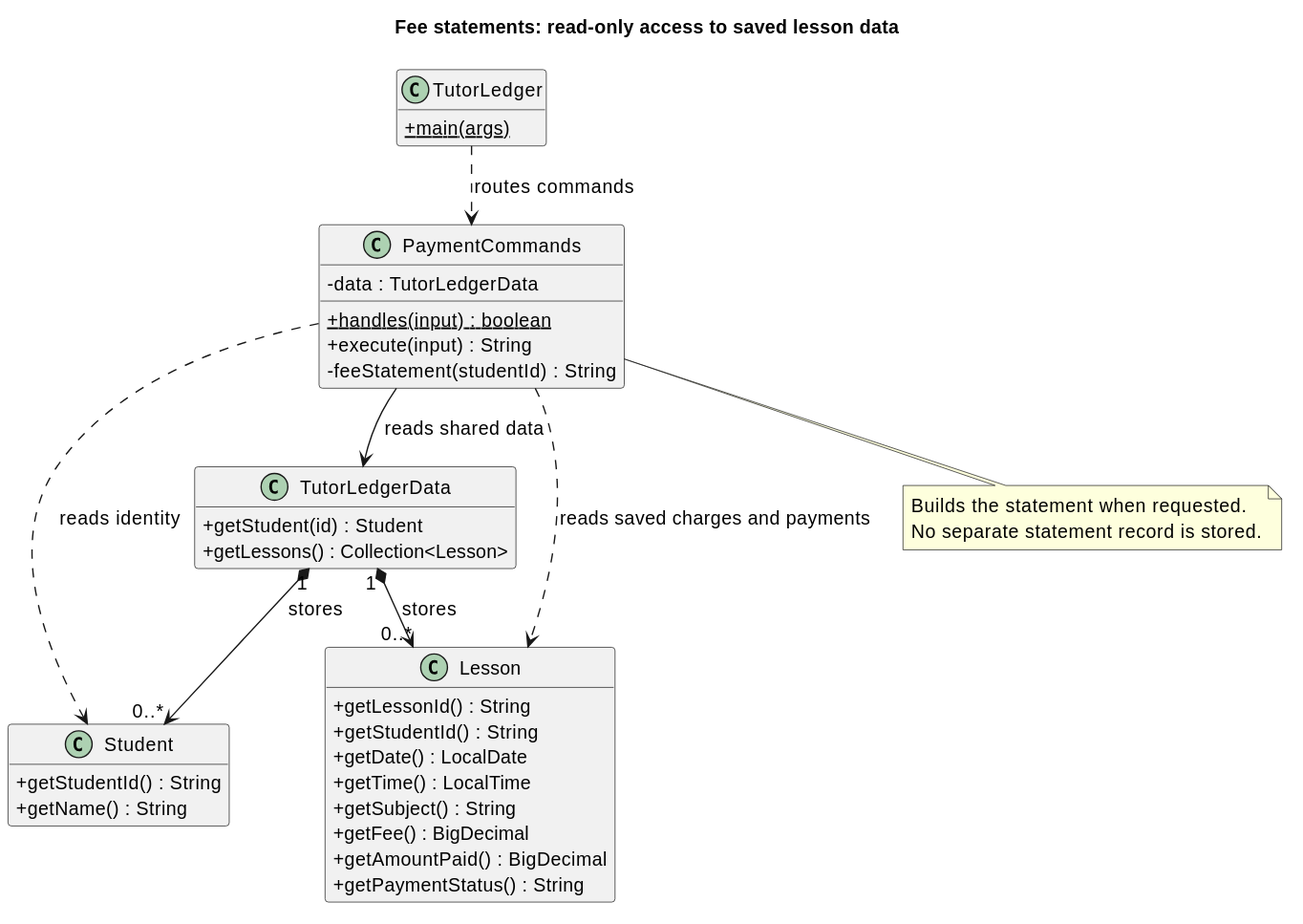
Earlier version of the PlantUML export docs/diagrams/fee-statement-class.svg (AY2627S1-CS2113-W12-2/tp). Its source is kept beside it as docs/diagrams/fee-statement-class.puml.
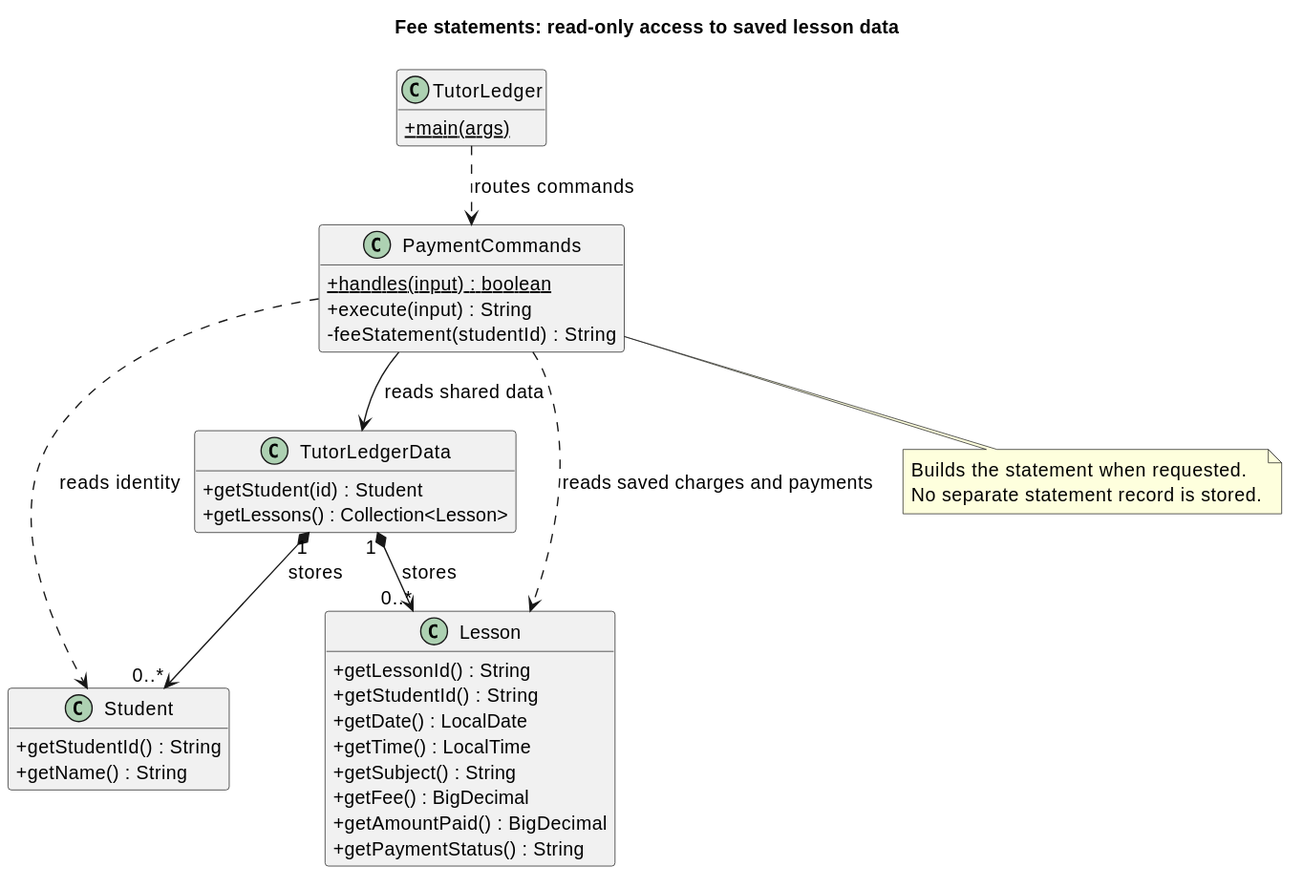
Above is the later version.

Diff of the diagram source:
```diff
@@ -11,7 +11,6 @@
   {static} +main(args)
 }
 class PaymentCommands {
-  -data : TutorLedgerData
   {static} +handles(input) : boolean
   +execute(input) : String
   -feeStatement(studentId) : String
```
